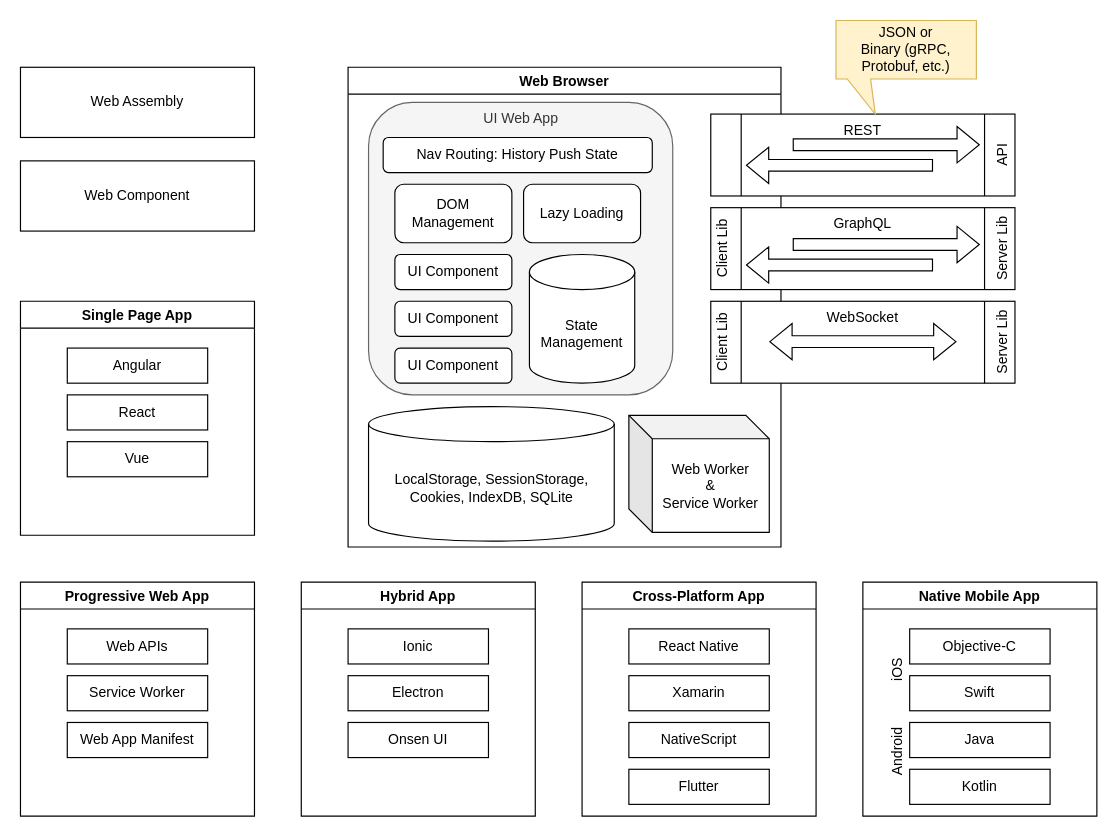
hikumealan/draw-io-diagrams keeps this draw.io diagram as Frontend-Arch.drawio. Above is the earlier version. Source tidied: cells renumbered, new cells numbered last; positions are measured from the earlier drawing's top-left corner, leaving out a move shared by most shapes. Both pictures are drawn from the tidied source at 117%, with x=0, y=0 at pixel (20, 20).
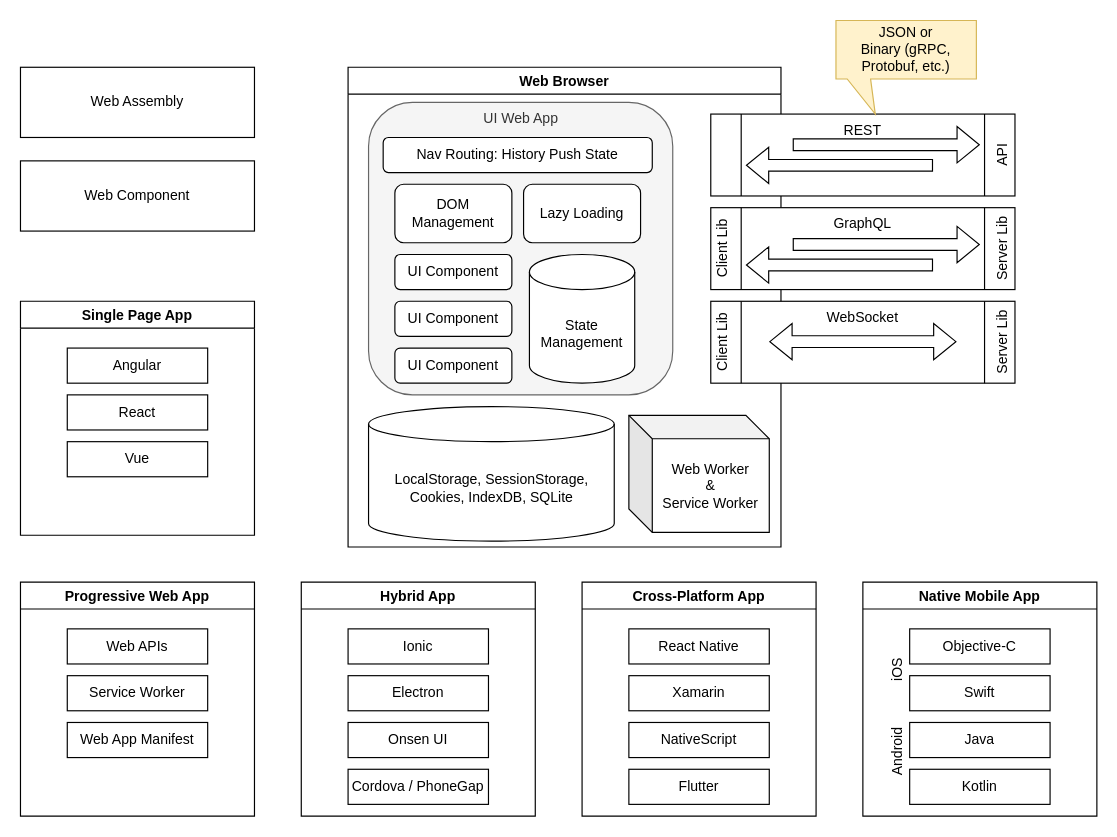
The same page after the edit.

Unchanged cells that the change refers to:
```xml
<mxCell id="13" value="Hybrid App" style="swimlane;" parent="1" vertex="1">
  <mxGeometry x="240" y="480" width="200" height="200" as="geometry" />
</mxCell>
```

The edit, as a diff of the source:
```diff
@@
+    <mxCell id="60" value="Cordova / PhoneGap" style="rounded=0;whiteSpace=wrap;html=1;" parent="13" vertex="1">
+      <mxGeometry x="40" y="160" width="120" height="30" as="geometry" />
+    </mxCell>
```
